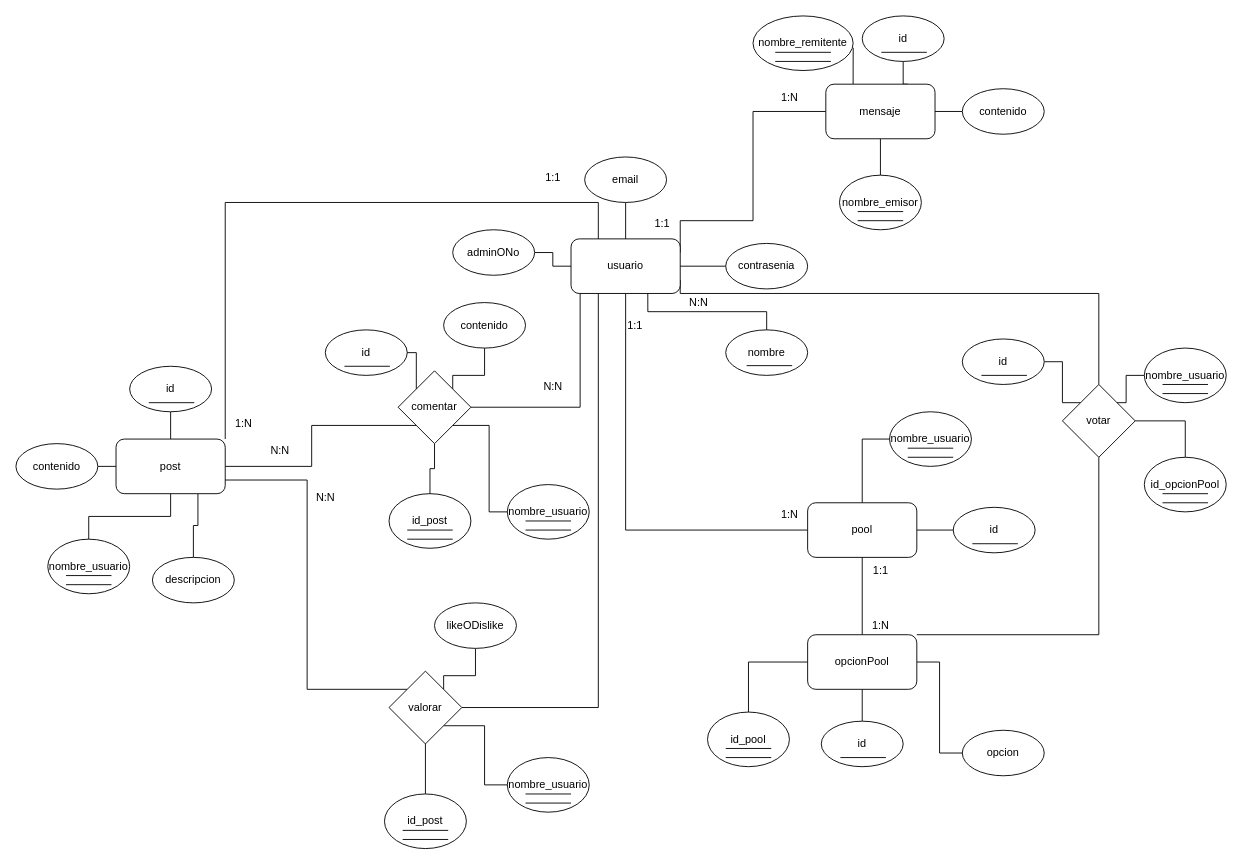
Before: DER Tecnologia.drawio in chispamaya/Tecnologia-SoftLution-CO-, a draw.io diagram. Source tidied: cells renumbered, new cells numbered last; positions are measured from the earlier drawing's top-left corner, leaving out a move shared by most shapes. Both pictures are drawn from the tidied source at 91%, with x=0, y=0 at pixel (15, 15).
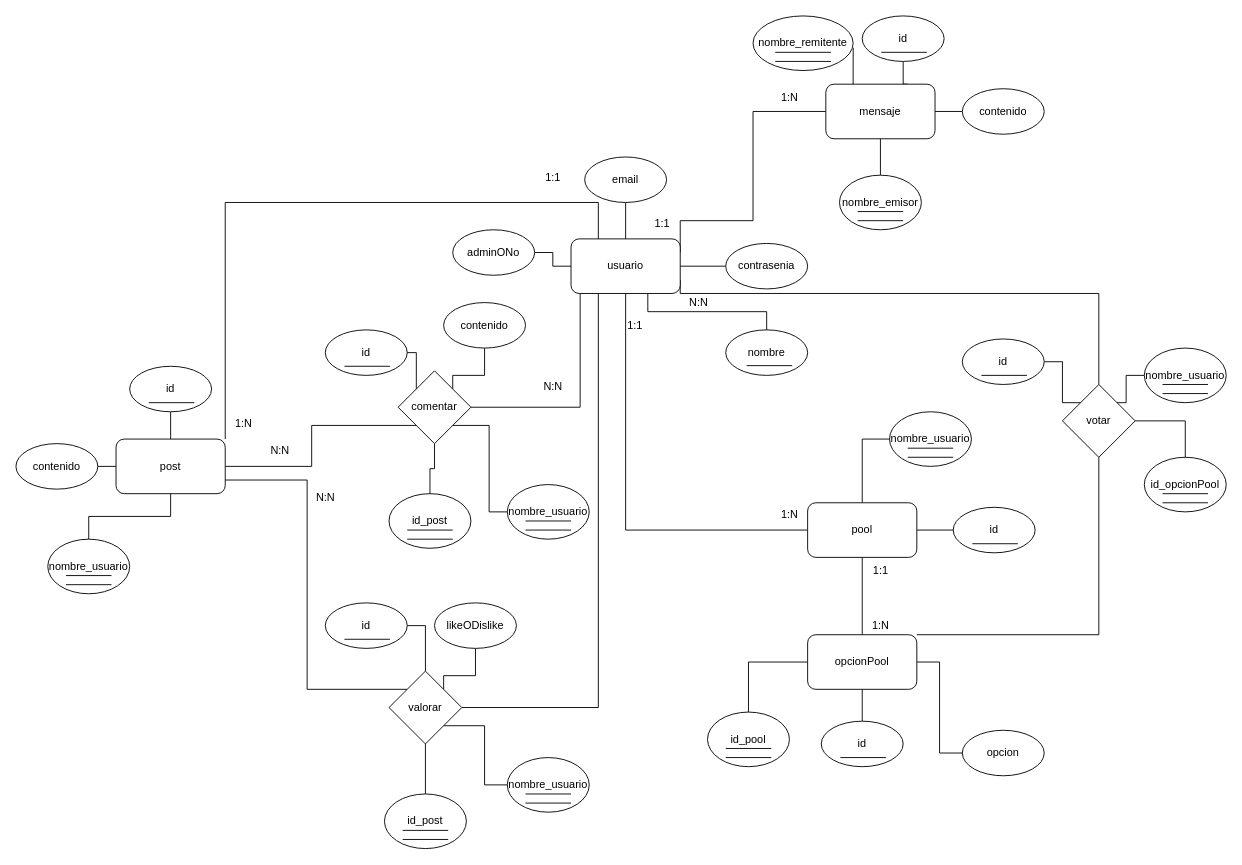
The same page after the edit.

Unchanged cells that the change refers to:
```xml
<mxCell id="19" value="post" style="rounded=1;whiteSpace=wrap;html=1;" parent="1" vertex="1">
  <mxGeometry x="110" y="465" width="120" height="60" as="geometry" />
</mxCell>
<mxCell id="61" value="valorar" style="rhombus;whiteSpace=wrap;html=1;" parent="1" vertex="1">
  <mxGeometry x="410" y="720" width="80" height="80" as="geometry" />
</mxCell>
```

What changed in the source:
```diff
@@
-    <mxCell id="17" style="edgeStyle=orthogonalEdgeStyle;rounded=0;jettySize=auto;html=1;exitX=0.75;exitY=1;exitDx=0;exitDy=0;endArrow=none;endFill=0;" parent="1" edge="1" source="19" target="20">
-      <mxGeometry relative="1" as="geometry" />
-    </mxCell>
@@
-    <mxCell id="20" value="descripcion" style="ellipse;whiteSpace=wrap;html=1;" parent="1" vertex="1">
-      <mxGeometry x="150" y="595" width="90" height="50" as="geometry" />
-    </mxCell>
@@
+    <mxCell id="145" style="edgeStyle=orthogonalEdgeStyle;rounded=0;jettySize=auto;html=1;exitX=0.5;exitY=0;exitDx=0;exitDy=0;entryX=1;entryY=0.5;entryDx=0;entryDy=0;endArrow=none;endFill=0;" parent="1" edge="1" source="61" target="147">
+      <mxGeometry relative="1" as="geometry" />
+    </mxCell>
@@
+    <mxCell id="146" style="group;" parent="1" vertex="1">
+      <mxGeometry x="340" y="645" width="90" height="50" as="geometry" />
+    </mxCell>
+    <mxCell id="147" value="id" style="ellipse;whiteSpace=wrap;html=1;" parent="146" vertex="1">
+      <mxGeometry width="90" height="50" as="geometry" />
+    </mxCell>
+    <mxCell id="148" style="endArrow=none;html=1;rounded=0;" parent="146" edge="1">
+      <mxGeometry relative="1" as="geometry">
+        <mxPoint x="21" y="40" as="sourcePoint" />
+        <mxPoint x="71" y="40" as="targetPoint" />
+      </mxGeometry>
+    </mxCell>
```
